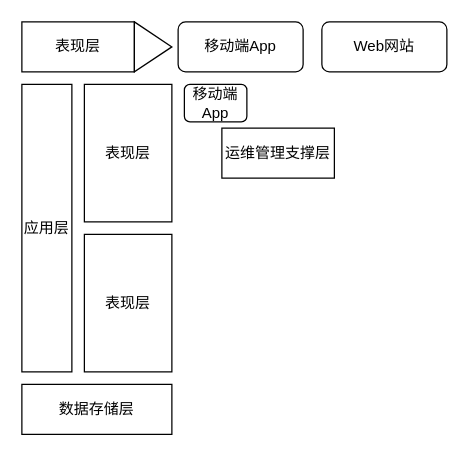
Earlier version of the draw.io diagram TCL_Architecture.drawio (1009351456/Anonymous). Source tidied: cells renumbered, new cells numbered last; positions are measured from the earlier drawing's top-left corner, leaving out a move shared by most shapes. Both pictures are drawn from the tidied source at 125%, with x=0, y=0 at pixel (21, 21).
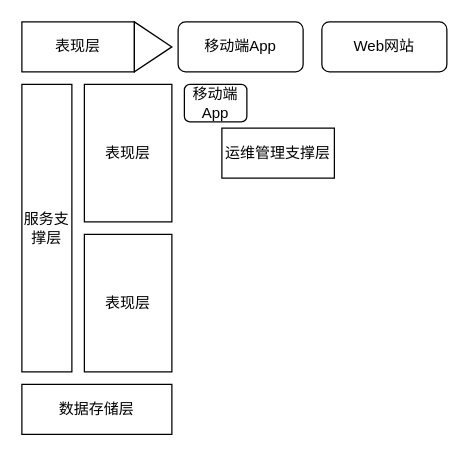
Above is the later version.

The edit, as a diff of the source:
```diff
@@
 <mxGraphModel>
   <root>
     <mxCell id="0" />
     <mxCell id="1" parent="0" />
     <mxCell id="2" value="表现层" style="rounded=0;whiteSpace=wrap;html=1;" parent="1" vertex="1">
       <mxGeometry width="90" height="40" as="geometry" />
     </mxCell>
-    <mxCell id="3" value="应用层" style="rounded=0;whiteSpace=wrap;html=1;" parent="1" vertex="1">
+    <mxCell id="3" value="服务支撑层" style="rounded=0;whiteSpace=wrap;html=1;" parent="1" vertex="1">
       <mxGeometry y="50" width="40" height="230" as="geometry" />
     </mxCell>
     <mxCell id="4" value="运维管理支撑层" style="rounded=0;whiteSpace=wrap;html=1;" parent="1" vertex="1">
       <mxGeometry x="160" y="85" width="90" height="40" as="geometry" />
     </mxCell>
     <mxCell id="5" value="数据存储层" style="rounded=0;whiteSpace=wrap;html=1;" parent="1" vertex="1">
       <mxGeometry y="290" width="120" height="40" as="geometry" />
     </mxCell>
     <mxCell id="6" style="triangle;whiteSpace=wrap;html=1;" parent="1" vertex="1">
       <mxGeometry x="90" width="30" height="40" as="geometry" />
     </mxCell>
     <mxCell id="7" value="移动端App" style="rounded=1;whiteSpace=wrap;html=1;" parent="1" vertex="1">
       <mxGeometry x="125" width="100" height="40" as="geometry" />
     </mxCell>
     <mxCell id="8" value="Web网站" style="rounded=1;whiteSpace=wrap;html=1;" parent="1" vertex="1">
       <mxGeometry x="240" width="100" height="40" as="geometry" />
     </mxCell>
     <mxCell id="9" value="表现层" style="rounded=0;whiteSpace=wrap;html=1;" parent="1" vertex="1">
       <mxGeometry x="50" y="50" width="70" height="110" as="geometry" />
     </mxCell>
     <mxCell id="10" value="表现层" style="rounded=0;whiteSpace=wrap;html=1;" parent="1" vertex="1">
       <mxGeometry x="50" y="170" width="70" height="110" as="geometry" />
     </mxCell>
     <mxCell id="11" value="移动端App" style="rounded=1;whiteSpace=wrap;html=1;" parent="1" vertex="1">
       <mxGeometry x="130" y="50" width="50" height="30" as="geometry" />
     </mxCell>
   </root>
 </mxGraphModel>
```
